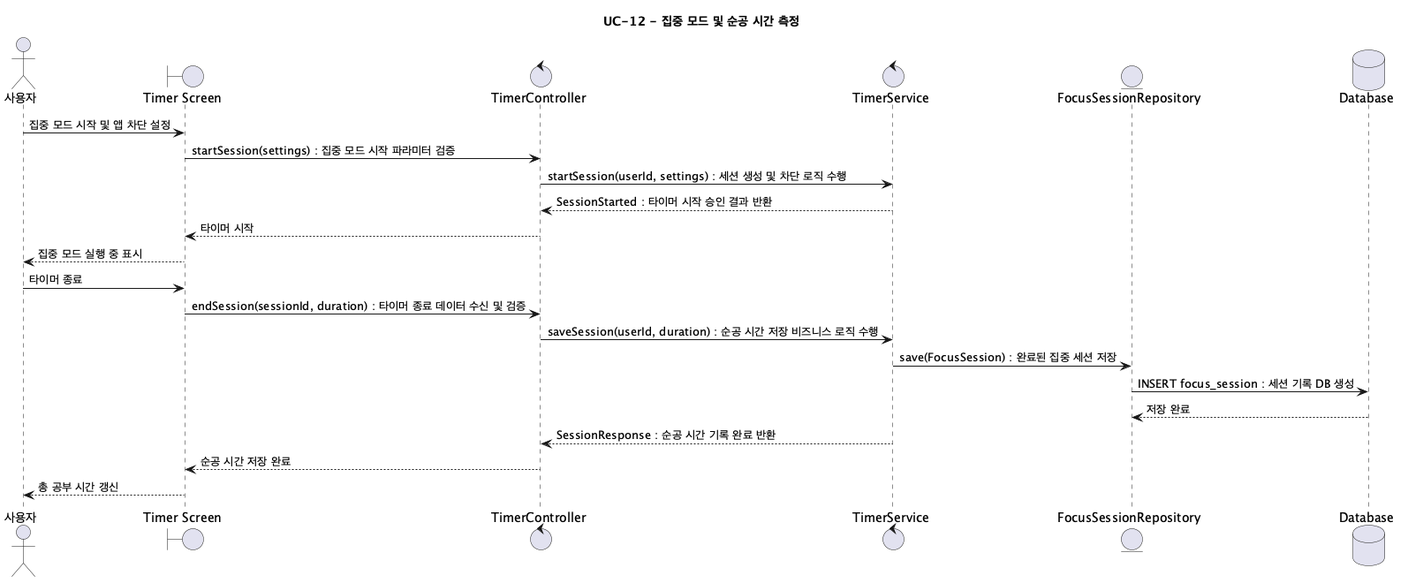
Earlier version of the PlantUML export screenshots/sequence-diagram/UC12_FocusMode.png (jeongiryang/SoftwareEngineering_team15_project_-Smart-Edu-Platform).
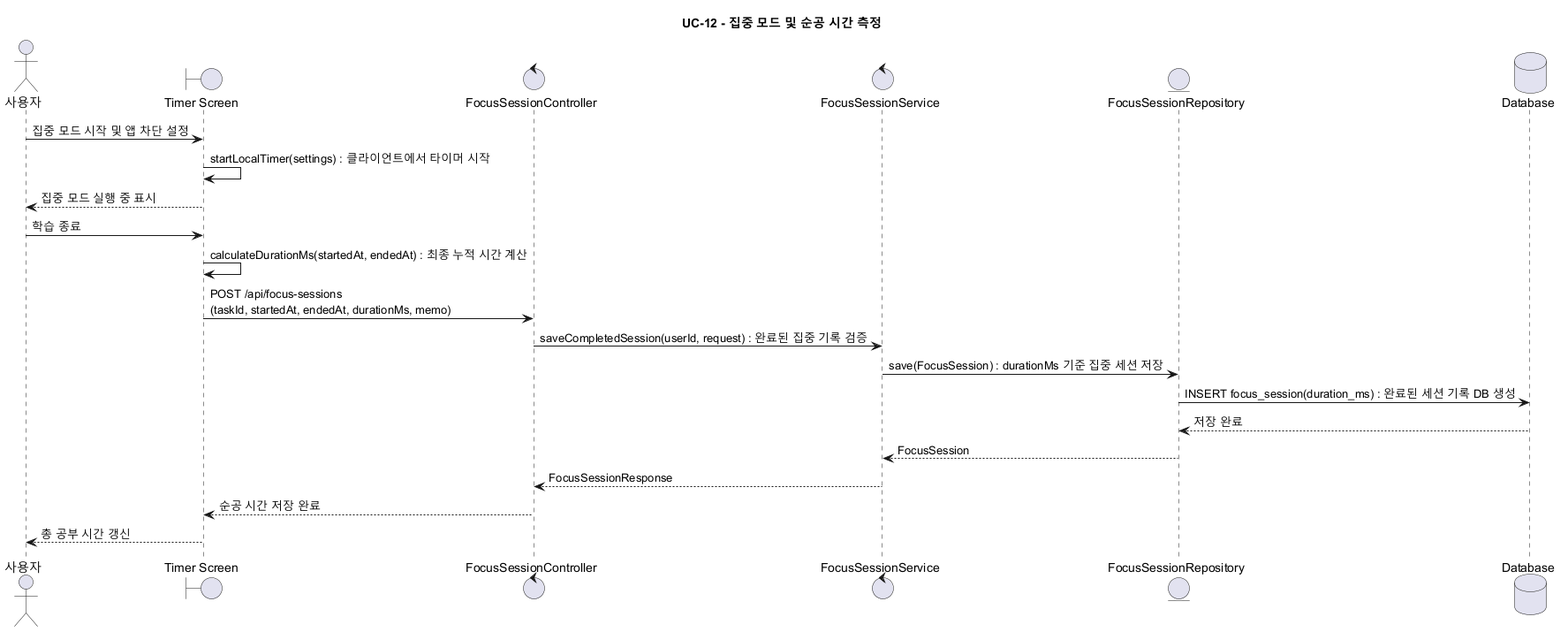
The same file after the commit.

Commit message:
[docs] 집중 시간 다이어그램 이미지 갱신

The edit, as a diff of the source:
```diff
@@ -3,25 +3,24 @@
 
 actor "사용자" as User
 boundary "Timer Screen" as UI
-control "TimerController" as TimerController
-control "TimerService" as TimerService
+control "FocusSessionController" as FocusSessionController
+control "FocusSessionService" as FocusSessionService
 entity "FocusSessionRepository" as FocusSessionRepository
 database "Database" as DB
 
 User -> UI: 집중 모드 시작 및 앱 차단 설정
-UI -> TimerController: startSession(settings) : 집중 모드 시작 파라미터 검증
-TimerController -> TimerService: startSession(userId, settings) : 세션 생성 및 차단 로직 수행
-TimerService --> TimerController: SessionStarted : 타이머 시작 승인 결과 반환
-TimerController --> UI: 타이머 시작
+UI -> UI: startLocalTimer(settings) : 클라이언트에서 타이머 시작
 UI --> User: 집중 모드 실행 중 표시
 
-User -> UI: 타이머 종료
-UI -> TimerController: endSession(sessionId, duration) : 타이머 종료 데이터 수신 및 검증
-TimerController -> TimerService: saveSession(userId, duration) : 순공 시간 저장 비즈니스 로직 수행
-TimerService -> FocusSessionRepository: save(FocusSession) : 완료된 집중 세션 저장
-FocusSessionRepository -> DB: INSERT focus_session : 세션 기록 DB 생성
+User -> UI: 학습 종료
+UI -> UI: calculateDurationMs(startedAt, endedAt) : 최종 누적 시간 계산
+UI -> FocusSessionController: POST /api/focus-sessions\n(taskId, startedAt, endedAt, durationMs, memo)
+FocusSessionController -> FocusSessionService: saveCompletedSession(userId, request) : 완료된 집중 기록 검증
+FocusSessionService -> FocusSessionRepository: save(FocusSession) : durationMs 기준 집중 세션 저장
+FocusSessionRepository -> DB: INSERT focus_session(duration_ms) : 완료된 세션 기록 DB 생성
 DB --> FocusSessionRepository: 저장 완료
-TimerService --> TimerController: SessionResponse : 순공 시간 기록 완료 반환
-TimerController --> UI: 순공 시간 저장 완료
+FocusSessionRepository --> FocusSessionService: FocusSession
+FocusSessionService --> FocusSessionController: FocusSessionResponse
+FocusSessionController --> UI: 순공 시간 저장 완료
 UI --> User: 총 공부 시간 갱신
 @enduml
```
